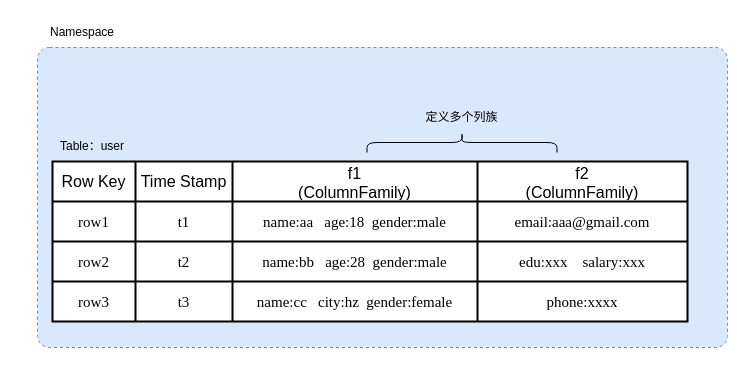
Earlier version of the draw.io diagram com.guann1n9.diagrams/hbase/hbase_table.drawio (GuanN1ng/diagrams). Source tidied: cells renumbered, new cells numbered last; positions are measured from the earlier drawing's top-left corner, leaving out a move shared by most shapes. Both pictures are drawn from the tidied source at 100%, with x=0, y=0 at pixel (17, 17).
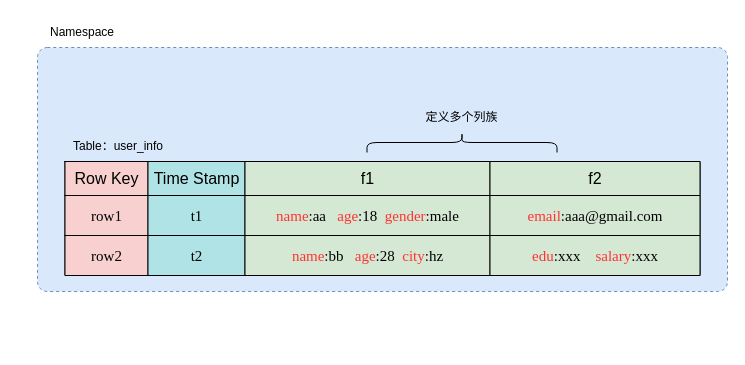
After the change.

The edit, as a diff of the source:
```diff
@@
     <mxCell id="2" style="rounded=1;whiteSpace=wrap;html=1;dashed=1;fillColor=#dae8fc;strokeColor=#6c8ebf;arcSize=4;" parent="1" vertex="1">
-      <mxGeometry x="20" y="30" width="690" height="300" as="geometry" />
+      <mxGeometry x="20" y="30" width="690" height="244" as="geometry" />
     </mxCell>
@@
-    <mxCell id="4" style="shape=table;startSize=0;childLayout=tableLayout;fontSize=16;strokeWidth=2;" parent="1" vertex="1">
-      <mxGeometry x="35" y="144" width="635" height="160" as="geometry" />
+    <mxCell id="4" style="shape=table;startSize=0;childLayout=tableLayout;fontSize=16;strokeWidth=1;fillOpacity=100;" parent="1" vertex="1">
+      <mxGeometry x="47.5" y="144" width="635" height="114" as="geometry" />
     </mxCell>
     <mxCell id="5" style="shape=tableRow;horizontal=0;startSize=0;swimlaneHead=0;swimlaneBody=0;strokeColor=inherit;top=0;left=0;bottom=0;right=0;fillColor=none;fontSize=16;" parent="4" vertex="1">
-      <mxGeometry width="635" height="40" as="geometry" />
+      <mxGeometry width="635" height="34" as="geometry" />
     </mxCell>
-    <mxCell id="6" value="Row Key" style="shape=partialRectangle;html=1;whiteSpace=wrap;strokeColor=inherit;overflow=hidden;fillColor=none;top=0;left=0;bottom=0;right=0;fontSize=16;" parent="5" vertex="1">
-      <mxGeometry width="83" height="40" as="geometry" />
+    <mxCell id="6" value="Row Key" style="shape=partialRectangle;html=1;whiteSpace=wrap;strokeColor=#000000;overflow=visible;fillColor=#f8cecc;top=1;left=1;bottom=1;right=1;fontSize=16;strokeWidth=1;fillOpacity=94;strokeOpacity=94;noLabel=0;" parent="5" vertex="1">
+      <mxGeometry width="83" height="34" as="geometry" />
     </mxCell>
-    <mxCell id="7" value="Time Stamp" style="shape=partialRectangle;html=1;whiteSpace=wrap;strokeColor=inherit;overflow=hidden;fillColor=none;top=0;left=0;bottom=0;right=0;fontSize=16;" parent="5" vertex="1">
-      <mxGeometry x="83" width="97" height="40" as="geometry" />
+    <mxCell id="7" value="Time Stamp" style="shape=partialRectangle;html=1;whiteSpace=wrap;strokeColor=#000000;overflow=hidden;fillColor=#b0e3e6;top=1;left=1;bottom=1;right=1;fontSize=16;" parent="5" vertex="1">
+      <mxGeometry x="83" width="97" height="34" as="geometry" />
     </mxCell>
-    <mxCell id="8" value="f1&lt;br&gt;(ColumnFamily)" style="shape=partialRectangle;html=1;whiteSpace=wrap;strokeColor=inherit;overflow=hidden;fillColor=none;top=0;left=0;bottom=0;right=0;fontSize=16;" parent="5" vertex="1">
-      <mxGeometry x="180" width="245" height="40" as="geometry" />
+    <mxCell id="8" value="f1" style="shape=partialRectangle;html=1;whiteSpace=wrap;strokeColor=#000000;overflow=hidden;fillColor=#d5e8d4;top=1;left=1;bottom=1;right=1;fontSize=16;" parent="5" vertex="1">
+      <mxGeometry x="180" width="245" height="34" as="geometry" />
     </mxCell>
-    <mxCell id="9" value="f2&lt;br&gt;(ColumnFamily)" style="shape=partialRectangle;html=1;whiteSpace=wrap;strokeColor=inherit;overflow=hidden;fillColor=none;top=0;left=0;bottom=0;right=0;fontSize=16;" parent="5" vertex="1">
-      <mxGeometry x="425" width="210" height="40" as="geometry" />
+    <mxCell id="9" value="f2" style="shape=partialRectangle;html=1;whiteSpace=wrap;strokeColor=#000000;overflow=hidden;fillColor=#d5e8d4;top=1;left=1;bottom=1;right=1;fontSize=16;" parent="5" vertex="1">
+      <mxGeometry x="425" width="210" height="34" as="geometry" />
     </mxCell>
     <mxCell id="10" style="shape=tableRow;horizontal=0;startSize=0;swimlaneHead=0;swimlaneBody=0;strokeColor=inherit;top=0;left=0;bottom=0;right=0;fillColor=none;fontSize=16;" parent="4" vertex="1">
-      <mxGeometry y="40" width="635" height="40" as="geometry" />
+      <mxGeometry y="34" width="635" height="40" as="geometry" />
     </mxCell>
-    <mxCell id="11" value="&lt;font style=&quot;font-size: 15px;&quot;&gt;row1&lt;/font&gt;" style="shape=partialRectangle;html=1;whiteSpace=wrap;strokeColor=inherit;overflow=hidden;fillColor=none;top=0;left=0;bottom=0;right=0;fontSize=15;fontFamily=Times New Roman;" parent="10" vertex="1">
+    <mxCell id="11" value="&lt;font style=&quot;font-size: 15px;&quot;&gt;row1&lt;/font&gt;" style="shape=partialRectangle;html=1;whiteSpace=wrap;strokeColor=#000000;overflow=visible;fillColor=#f8cecc;top=1;left=1;bottom=1;right=1;fontSize=15;fontFamily=Times New Roman;strokeWidth=1;fillOpacity=94;strokeOpacity=94;noLabel=0;" parent="10" vertex="1">
       <mxGeometry width="83" height="40" as="geometry" />
     </mxCell>
-    <mxCell id="12" value="t1" style="shape=partialRectangle;html=1;whiteSpace=wrap;strokeColor=inherit;overflow=hidden;fillColor=none;top=0;left=0;bottom=0;right=0;fontSize=15;fontFamily=Times New Roman;" parent="10" vertex="1">
+    <mxCell id="12" value="t1" style="shape=partialRectangle;html=1;whiteSpace=wrap;strokeColor=#000000;overflow=hidden;fillColor=#b0e3e6;top=1;left=1;bottom=1;right=1;fontSize=15;fontFamily=Times New Roman;" parent="10" vertex="1">
       <mxGeometry x="83" width="97" height="40" as="geometry" />
     </mxCell>
-    <mxCell id="13" value="name:aa&amp;nbsp; &amp;nbsp;age:18&amp;nbsp; gender:male" style="shape=partialRectangle;html=1;whiteSpace=wrap;strokeColor=inherit;overflow=hidden;fillColor=none;top=0;left=0;bottom=0;right=0;fontSize=15;fontFamily=Times New Roman;" parent="10" vertex="1">
+    <mxCell id="13" value="&lt;font color=&quot;#ff3333&quot;&gt;name&lt;/font&gt;:aa&amp;nbsp; &amp;nbsp;&lt;font color=&quot;#ff3333&quot;&gt;age&lt;/font&gt;:18&amp;nbsp; &lt;font color=&quot;#ff3333&quot;&gt;gender&lt;/font&gt;:male" style="shape=partialRectangle;html=1;whiteSpace=wrap;strokeColor=#000000;overflow=hidden;fillColor=#d5e8d4;top=1;left=1;bottom=1;right=1;fontSize=15;fontFamily=Times New Roman;" parent="10" vertex="1">
       <mxGeometry x="180" width="245" height="40" as="geometry" />
     </mxCell>
-    <mxCell id="14" value="email:aaa@gmail.com" style="shape=partialRectangle;html=1;whiteSpace=wrap;strokeColor=inherit;overflow=hidden;fillColor=none;top=0;left=0;bottom=0;right=0;fontSize=15;fontFamily=Times New Roman;" parent="10" vertex="1">
+    <mxCell id="14" value="&lt;font color=&quot;#ff3333&quot;&gt;email&lt;/font&gt;:aaa@gmail.com" style="shape=partialRectangle;html=1;whiteSpace=wrap;strokeColor=#000000;overflow=hidden;fillColor=#d5e8d4;top=1;left=1;bottom=1;right=1;fontSize=15;fontFamily=Times New Roman;" parent="10" vertex="1">
       <mxGeometry x="425" width="210" height="40" as="geometry" />
     </mxCell>
     <mxCell id="15" style="shape=tableRow;horizontal=0;startSize=0;swimlaneHead=0;swimlaneBody=0;strokeColor=inherit;top=0;left=0;bottom=0;right=0;fillColor=none;fontSize=16;" parent="4" vertex="1">
-      <mxGeometry y="80" width="635" height="40" as="geometry" />
+      <mxGeometry y="74" width="635" height="40" as="geometry" />
     </mxCell>
-    <mxCell id="16" value="row2" style="shape=partialRectangle;html=1;whiteSpace=wrap;strokeColor=inherit;overflow=hidden;fillColor=none;top=0;left=0;bottom=0;right=0;fontSize=15;fontFamily=Times New Roman;" parent="15" vertex="1">
+    <mxCell id="16" value="row2" style="shape=partialRectangle;html=1;whiteSpace=wrap;strokeColor=#000000;overflow=visible;fillColor=#f8cecc;top=1;left=1;bottom=1;right=1;fontSize=15;fontFamily=Times New Roman;strokeWidth=1;fillOpacity=94;strokeOpacity=94;noLabel=0;" parent="15" vertex="1">
       <mxGeometry width="83" height="40" as="geometry" />
     </mxCell>
-    <mxCell id="17" value="t2" style="shape=partialRectangle;html=1;whiteSpace=wrap;strokeColor=inherit;overflow=hidden;fillColor=none;top=0;left=0;bottom=0;right=0;fontSize=15;fontFamily=Times New Roman;" parent="15" vertex="1">
+    <mxCell id="17" value="t2" style="shape=partialRectangle;html=1;whiteSpace=wrap;strokeColor=#000000;overflow=hidden;fillColor=#b0e3e6;top=1;left=1;bottom=1;right=1;fontSize=15;fontFamily=Times New Roman;" parent="15" vertex="1">
       <mxGeometry x="83" width="97" height="40" as="geometry" />
     </mxCell>
-    <mxCell id="18" value="name:bb&amp;nbsp; &amp;nbsp;age:28&amp;nbsp; gender:male" style="shape=partialRectangle;html=1;whiteSpace=wrap;strokeColor=inherit;overflow=hidden;fillColor=none;top=0;left=0;bottom=0;right=0;fontSize=15;fontFamily=Times New Roman;" parent="15" vertex="1">
+    <mxCell id="18" value="&lt;font color=&quot;#ff3333&quot;&gt;name&lt;/font&gt;:bb&amp;nbsp; &amp;nbsp;&lt;font color=&quot;#ff3333&quot;&gt;age&lt;/font&gt;:28&amp;nbsp; &lt;font color=&quot;#ff3333&quot;&gt;city&lt;/font&gt;:hz" style="shape=partialRectangle;html=1;whiteSpace=wrap;strokeColor=#000000;overflow=hidden;fillColor=#d5e8d4;top=1;left=1;bottom=1;right=1;fontSize=15;fontFamily=Times New Roman;" parent="15" vertex="1">
       <mxGeometry x="180" width="245" height="40" as="geometry" />
     </mxCell>
-    <mxCell id="19" value="edu:xxx&amp;nbsp; &amp;nbsp; salary:xxx" style="shape=partialRectangle;html=1;whiteSpace=wrap;strokeColor=inherit;overflow=hidden;fillColor=none;top=0;left=0;bottom=0;right=0;fontSize=15;fontFamily=Times New Roman;" parent="15" vertex="1">
+    <mxCell id="19" value="&lt;font color=&quot;#ff3333&quot;&gt;edu&lt;/font&gt;:xxx&amp;nbsp; &amp;nbsp; &lt;font color=&quot;#ff3333&quot;&gt;salary&lt;/font&gt;:xxx" style="shape=partialRectangle;html=1;whiteSpace=wrap;strokeColor=#000000;overflow=hidden;fillColor=#d5e8d4;top=1;left=1;bottom=1;right=1;fontSize=15;fontFamily=Times New Roman;" parent="15" vertex="1">
       <mxGeometry x="425" width="210" height="40" as="geometry" />
     </mxCell>
-    <mxCell id="20" style="shape=tableRow;horizontal=0;startSize=0;swimlaneHead=0;swimlaneBody=0;strokeColor=inherit;top=0;left=0;bottom=0;right=0;fillColor=none;fontSize=16;" parent="4" vertex="1">
-      <mxGeometry y="120" width="635" height="40" as="geometry" />
-    </mxCell>
-    <mxCell id="21" value="row3" style="shape=partialRectangle;html=1;whiteSpace=wrap;strokeColor=inherit;overflow=hidden;fillColor=none;top=0;left=0;bottom=0;right=0;fontSize=15;fontFamily=Times New Roman;" parent="20" vertex="1">
-      <mxGeometry width="83" height="40" as="geometry" />
-    </mxCell>
-    <mxCell id="22" value="t3" style="shape=partialRectangle;html=1;whiteSpace=wrap;strokeColor=inherit;overflow=hidden;fillColor=none;top=0;left=0;bottom=0;right=0;fontSize=15;fontFamily=Times New Roman;" parent="20" vertex="1">
-      <mxGeometry x="83" width="97" height="40" as="geometry" />
-    </mxCell>
-    <mxCell id="23" value="name:cc&amp;nbsp; &amp;nbsp;city:hz&amp;nbsp; gender:female" style="shape=partialRectangle;html=1;whiteSpace=wrap;strokeColor=inherit;overflow=hidden;fillColor=none;top=0;left=0;bottom=0;right=0;fontSize=15;fontFamily=Times New Roman;" parent="20" vertex="1">
-      <mxGeometry x="180" width="245" height="40" as="geometry" />
-    </mxCell>
-    <mxCell id="24" value="phone:xxxx" style="shape=partialRectangle;html=1;whiteSpace=wrap;strokeColor=inherit;overflow=hidden;fillColor=none;top=0;left=0;bottom=0;right=0;fontSize=15;fontFamily=Times New Roman;" parent="20" vertex="1">
-      <mxGeometry x="425" width="210" height="40" as="geometry" />
-    </mxCell>
@@
-    <mxCell id="27" value="Table：user" style="text;html=1;strokeColor=none;fillColor=none;align=center;verticalAlign=middle;whiteSpace=wrap;rounded=0;" parent="1" vertex="1">
-      <mxGeometry x="30" y="114" width="90" height="30" as="geometry" />
+    <mxCell id="27" value="Table：user_info" style="text;html=1;strokeColor=none;fillColor=none;align=center;verticalAlign=middle;whiteSpace=wrap;rounded=0;" parent="1" vertex="1">
+      <mxGeometry x="30" y="114" width="142" height="30" as="geometry" />
     </mxCell>
```
